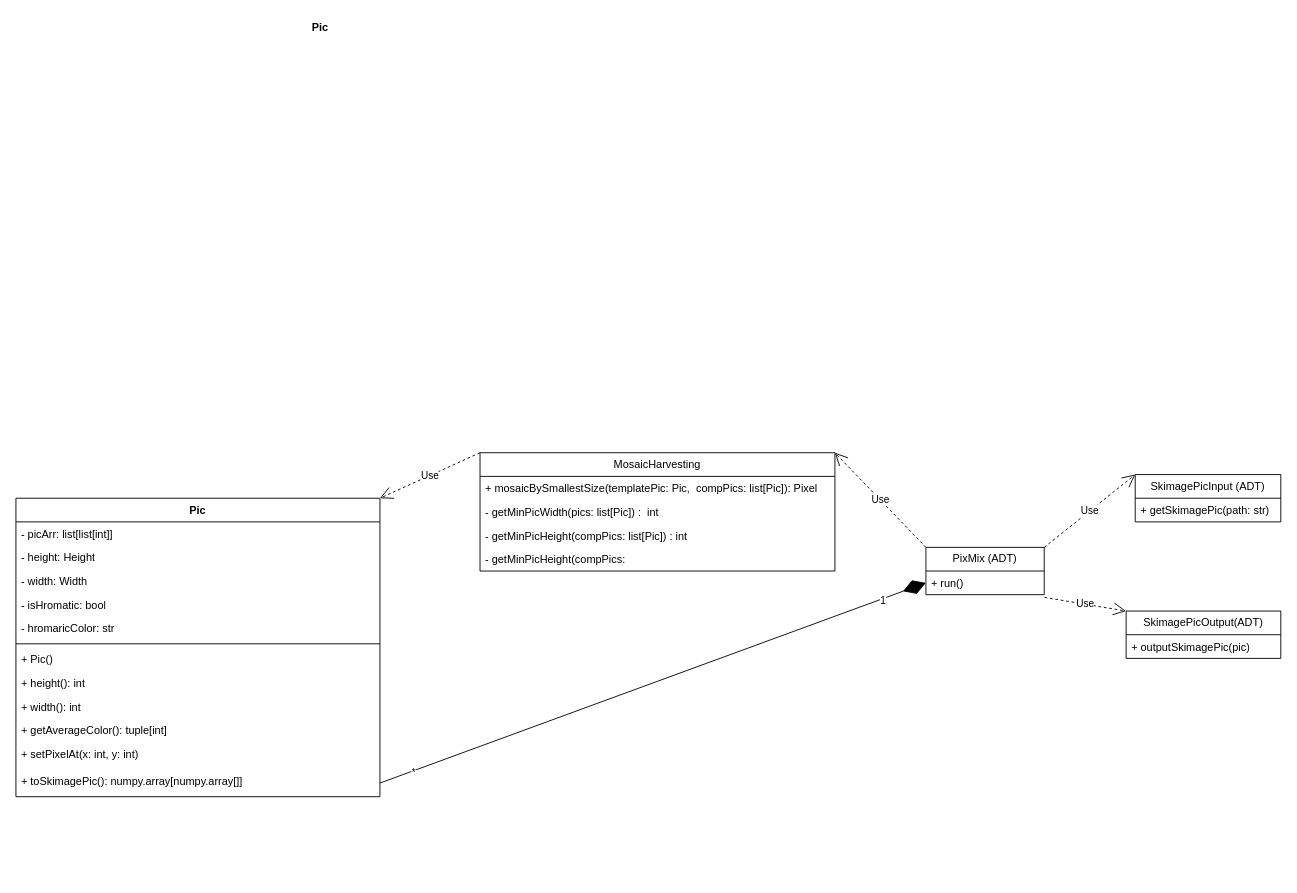
This is page "диаграмма классов" (2 of 2) of arc.drawio from Sqaz33/PicMix, a draw.io file, before an edit. Source tidied: cells renumbered, new cells numbered last; positions are measured from the earlier drawing's top-left corner, leaving out a move shared by most shapes. Both pictures are drawn from the tidied source at 91%, with x=0, y=0 at pixel (15, 15).
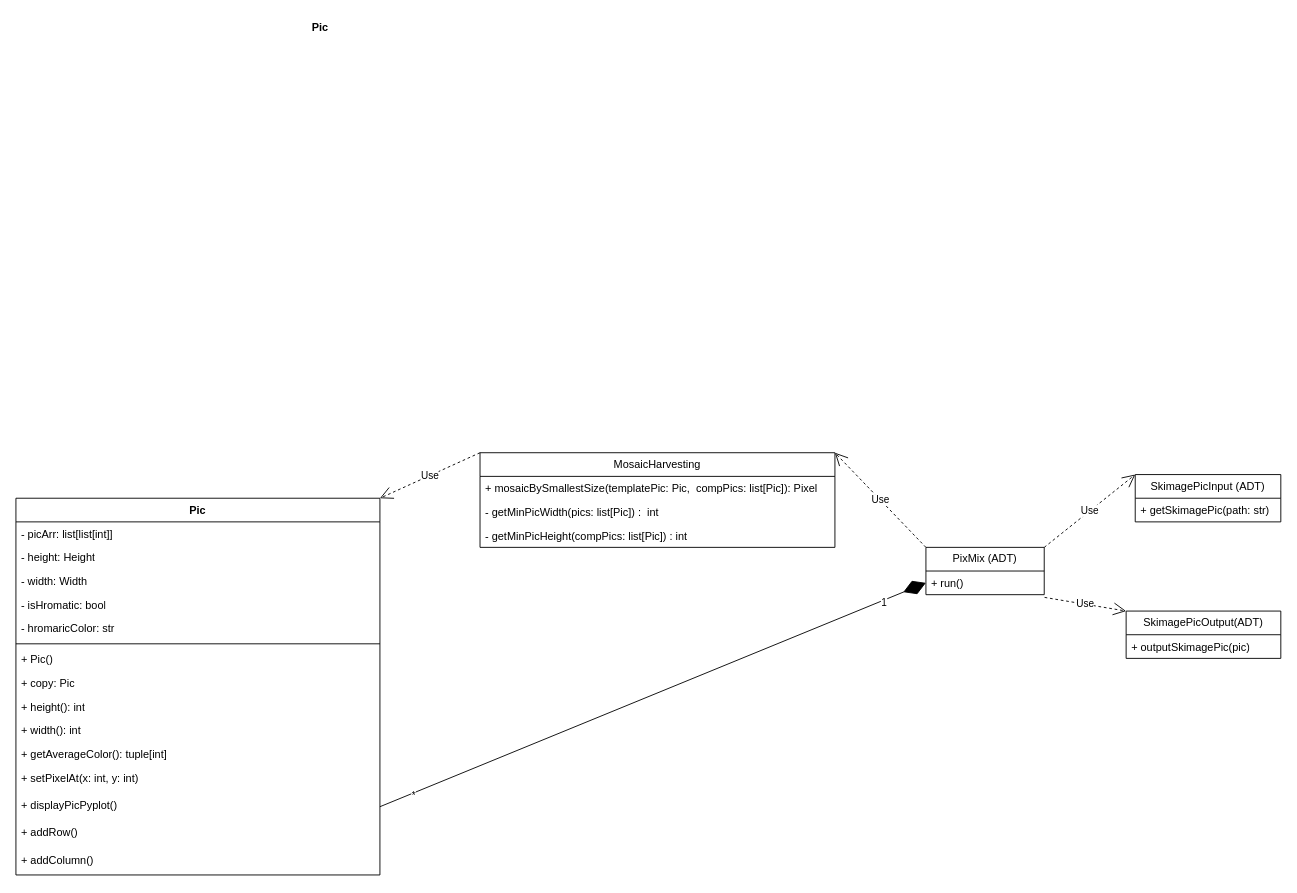
The same page after the edit.

Change to the diagram source:
```diff
@@
     <mxCell id="2" value="MosaicHarvesting" style="swimlane;fontStyle=0;horizontal=1;startSize=26;fillColor=none;whiteSpace=wrap;html=1;" parent="1" vertex="1">
-      <mxGeometry x="510" y="480" width="390" height="130" as="geometry" />
+      <mxGeometry x="510" y="480" width="390" height="104" as="geometry" />
     </mxCell>
@@
-    <mxCell id="6" value="- getMinPicHeight(compPics:&amp;nbsp;" style="text;strokeColor=none;fillColor=none;align=left;verticalAlign=top;spacingLeft=4;spacingRight=4;overflow=hidden;whiteSpace=wrap;html=1;" parent="2" vertex="1">
-      <mxGeometry y="104" width="390" height="26" as="geometry" />
-    </mxCell>
     <mxCell id="7" value="Pic" style="swimlane;fontStyle=1;align=center;verticalAlign=top;horizontal=1;startSize=26;whiteSpace=wrap;html=1;" parent="1" vertex="1">
-      <mxGeometry y="530" width="400" height="328" as="geometry" />
+      <mxGeometry y="530" width="400" height="414" as="geometry" />
     </mxCell>
@@
+    <mxCell id="34" value="+ copy: Pic" style="text;strokeColor=none;fillColor=none;align=left;verticalAlign=top;spacingLeft=4;spacingRight=4;overflow=hidden;whiteSpace=wrap;html=1;" parent="7" vertex="1">
+      <mxGeometry y="190" width="400" height="26" as="geometry" />
+    </mxCell>
     <mxCell id="15" value="+ height(): int" style="text;strokeColor=none;fillColor=none;align=left;verticalAlign=top;spacingLeft=4;spacingRight=4;overflow=hidden;whiteSpace=wrap;html=1;" parent="7" vertex="1">
-      <mxGeometry y="190" width="400" height="26" as="geometry" />
+      <mxGeometry y="216" width="400" height="26" as="geometry" />
     </mxCell>
     <mxCell id="16" value="+ width(): int" style="text;strokeColor=none;fillColor=none;align=left;verticalAlign=top;spacingLeft=4;spacingRight=4;overflow=hidden;whiteSpace=wrap;html=1;" parent="7" vertex="1">
-      <mxGeometry y="216" width="400" height="26" as="geometry" />
+      <mxGeometry y="242" width="400" height="26" as="geometry" />
     </mxCell>
     <mxCell id="17" value="+ getAverageColor(): tuple[int]" style="text;strokeColor=none;fillColor=none;align=left;verticalAlign=top;spacingLeft=4;spacingRight=4;overflow=hidden;whiteSpace=wrap;html=1;" parent="7" vertex="1">
-      <mxGeometry y="242" width="400" height="26" as="geometry" />
+      <mxGeometry y="268" width="400" height="26" as="geometry" />
     </mxCell>
     <mxCell id="18" value="+ setPixelAt(x: int, y: int)" style="text;strokeColor=none;fillColor=none;align=left;verticalAlign=top;spacingLeft=4;spacingRight=4;overflow=hidden;whiteSpace=wrap;html=1;" parent="7" vertex="1">
-      <mxGeometry y="268" width="400" height="30" as="geometry" />
+      <mxGeometry y="294" width="400" height="30" as="geometry" />
     </mxCell>
-    <mxCell id="19" value="+ toSkimagePic(): numpy.array[numpy.array[]]" style="text;strokeColor=none;fillColor=none;align=left;verticalAlign=top;spacingLeft=4;spacingRight=4;overflow=hidden;points=[[0,0.5],[1,0.5]];portConstraint=eastwest;whiteSpace=wrap;html=1;" parent="7" vertex="1">
-      <mxGeometry y="298" width="400" height="30" as="geometry" />
+    <mxCell id="19" value="+ displayPicPyplot()" style="text;strokeColor=none;fillColor=none;align=left;verticalAlign=top;spacingLeft=4;spacingRight=4;overflow=hidden;points=[[0,0.5],[1,0.5]];portConstraint=eastwest;whiteSpace=wrap;html=1;" parent="7" vertex="1">
+      <mxGeometry y="324" width="400" height="30" as="geometry" />
     </mxCell>
+    <mxCell id="35" value="+ addRow()" style="text;strokeColor=none;fillColor=none;align=left;verticalAlign=top;spacingLeft=4;spacingRight=4;overflow=hidden;whiteSpace=wrap;html=1;" parent="7" vertex="1">
+      <mxGeometry y="354" width="400" height="30" as="geometry" />
+    </mxCell>
+    <mxCell id="36" value="+ addColumn()" style="text;strokeColor=none;fillColor=none;align=left;verticalAlign=top;spacingLeft=4;spacingRight=4;overflow=hidden;whiteSpace=wrap;html=1;" parent="7" vertex="1">
+      <mxGeometry y="384" width="400" height="30" as="geometry" />
+    </mxCell>
```
